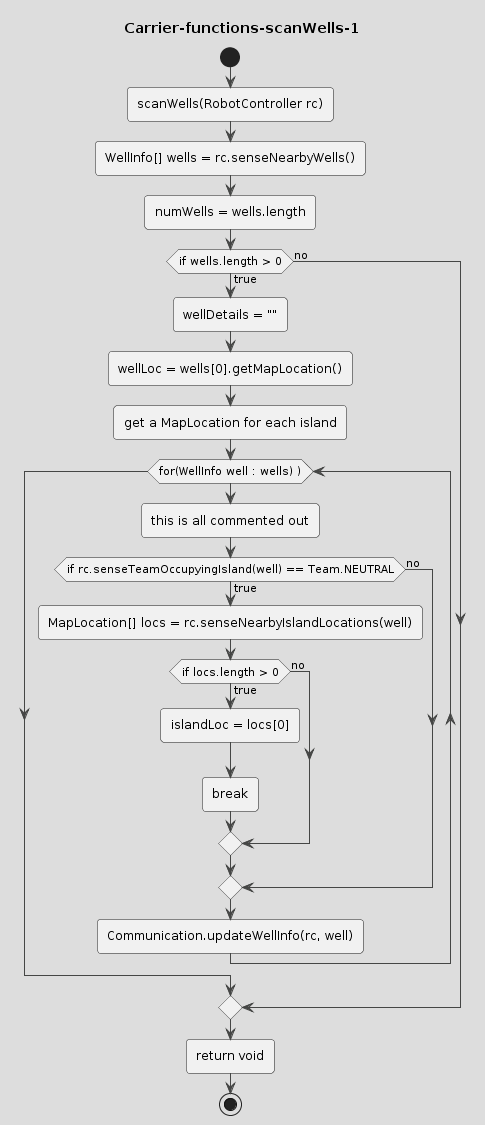
Earlier version of the PlantUML export drawings/Carrier-functions-scanWells-1.png (coding-to-music/plantuml-diagram-examples). The source it was exported from:
```plantuml
@startuml Carrier-functions-scanWells-1
!theme toy
title Carrier-functions-scanWells-1
start


:scanWells(RobotController rc);
:WellInfo[] wells = rc.senseNearbyWells();

:numWells = wells.length;

if(if wells.length > 0) then (true)
    :wellDetails = "";
    :wellLoc = wells[0].getMapLocation();
    :get a MapLocation for each island;

    while (for(WellInfo well : wells) ))
        :this is all commented out;
        if (if rc.senseTeamOccupyingIsland(well) == Team.NEUTRAL) then (true)
            :MapLocation[] locs = rc.senseNearbyIslandLocations(well);
            if(if locs.length > 0) then (true)
                :islandLoc = locs[0];
                :break;
            else (no)
            endif
        else (no)
        endif
        :Communication.updateWellInfo(rc, well);
    endwhile
else (no)
endif


:return void;
stop
@enduml
```
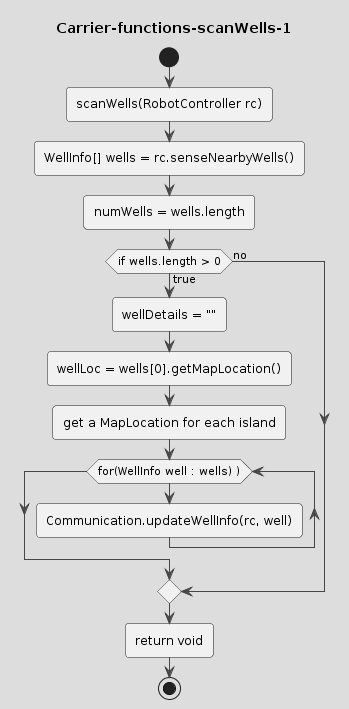
Above is the later version.

Diff of the diagram source:
```diff
@@ -15,16 +15,6 @@
     :get a MapLocation for each island;
 
     while (for(WellInfo well : wells) ))
-        :this is all commented out;
-        if (if rc.senseTeamOccupyingIsland(well) == Team.NEUTRAL) then (true)
-            :MapLocation[] locs = rc.senseNearbyIslandLocations(well);
-            if(if locs.length > 0) then (true)
-                :islandLoc = locs[0];
-                :break;
-            else (no)
-            endif
-        else (no)
-        endif
         :Communication.updateWellInfo(rc, well);
     endwhile
 else (no)
```
